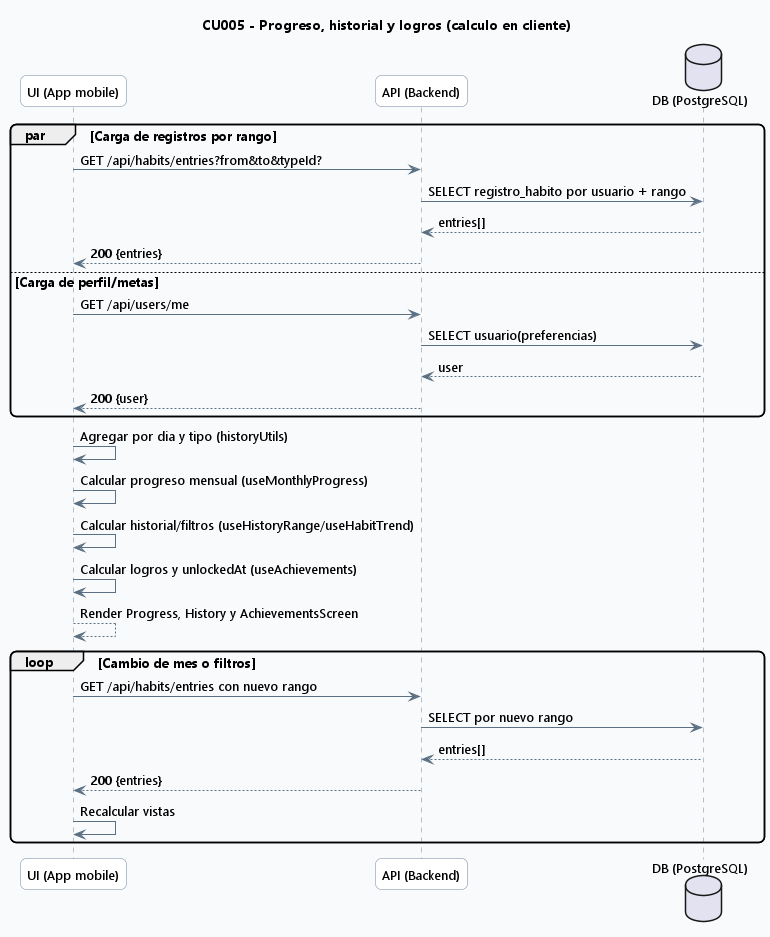
This is out/docs/diagrams/cap4/05_seq_cu005_progreso/05_seq_cu005_progreso.png from TPerez13/TFG, a PlantUML export, as it was before one commit.
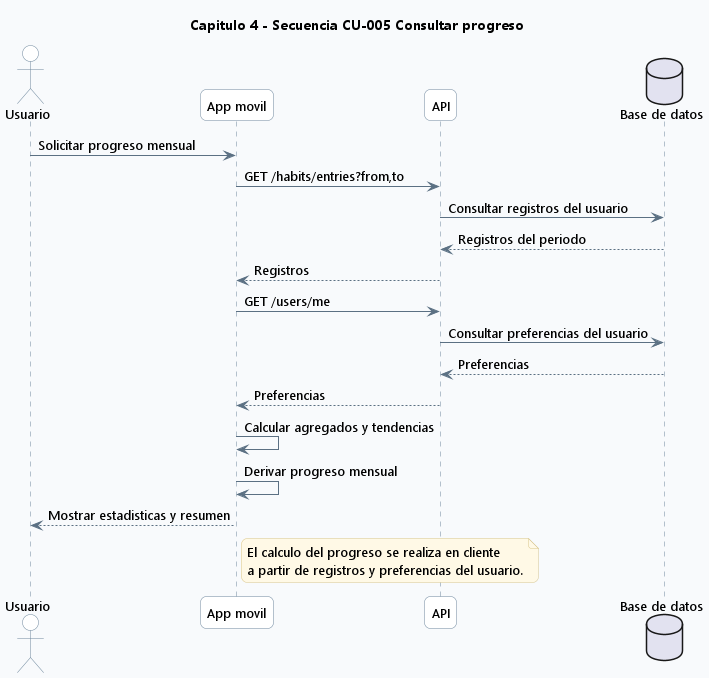
Later version of the same file.

The edit, as a diff of the source:
```diff
@@ -7,45 +7,40 @@
 skinparam defaultFontSize 13
 skinparam ArrowColor #5B7083
 skinparam ArrowThickness 1
-skinparam sequence {
-  LifeLineBorderColor #6E879D
-  LifeLineBackgroundColor #FFFFFF
-  ParticipantBorderColor #6E879D
-  ParticipantBackgroundColor #FFFFFF
-}
+skinparam sequenceLifeLineBorderColor #6E879D
+skinparam sequenceLifeLineBackgroundColor #FFFFFF
+skinparam participantBorderColor #6E879D
+skinparam participantBackgroundColor #FFFFFF
+skinparam actorBorderColor #6E879D
+skinparam actorBackgroundColor #FFFFFF
 skinparam noteBackgroundColor #FFF9E6
 skinparam noteBorderColor #D7C58A
 
-title CU005 - Progreso, historial y logros (calculo en cliente)
+title Capitulo 4 - Secuencia CU-005 Consultar progreso
 
-participant "UI (App mobile)" as UI
-participant "API (Backend)" as API
-database "DB (PostgreSQL)" as DB
+actor Usuario
+participant "App movil" as App
+participant "API" as API
+database "Base de datos" as DB
 
-par Carga de registros por rango
-  UI -> API: GET /api/habits/entries?from&to&typeId?
-  API -> DB: SELECT registro_habito por usuario + rango
-  DB --> API: entries[]
-  API --> UI: 200 {entries}
-else Carga de perfil/metas
-  UI -> API: GET /api/users/me
-  API -> DB: SELECT usuario(preferencias)
-  DB --> API: user
-  API --> UI: 200 {user}
-end
+Usuario -> App : Solicitar progreso mensual
+App -> API : GET /habits/entries?from,to
+API -> DB : Consultar registros del usuario
+DB --> API : Registros del periodo
+API --> App : Registros
 
-UI -> UI: Agregar por dia y tipo (historyUtils)
-UI -> UI: Calcular progreso mensual (useMonthlyProgress)
-UI -> UI: Calcular historial/filtros (useHistoryRange/useHabitTrend)
-UI -> UI: Calcular logros y unlockedAt (useAchievements)
-UI --> UI: Render Progress, History y AchievementsScreen
+App -> API : GET /users/me
+API -> DB : Consultar preferencias del usuario
+DB --> API : Preferencias
+API --> App : Preferencias
 
-loop Cambio de mes o filtros
-  UI -> API: GET /api/habits/entries con nuevo rango
-  API -> DB: SELECT por nuevo rango
-  DB --> API: entries[]
-  API --> UI: 200 {entries}
-  UI -> UI: Recalcular vistas
-end
+App -> App : Calcular agregados y tendencias
+App -> App : Derivar progreso mensual
+App --> Usuario : Mostrar estadisticas y resumen
+
+note right of App
+El calculo del progreso se realiza en cliente
+a partir de registros y preferencias del usuario.
+end note
 
 @enduml
```
